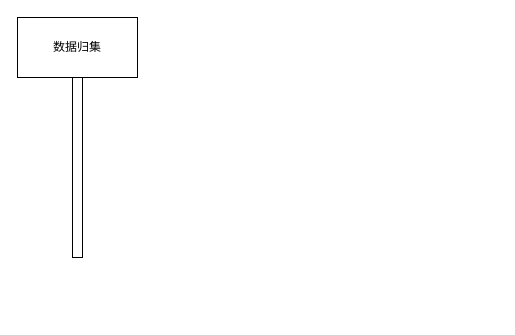
Above: 数据检索与维修数据服/语义维护.drawio in DemonHan/KuickBuy (draw.io), before the change. Source tidied: cells renumbered, new cells numbered last; positions are measured from the earlier drawing's top-left corner, leaving out a move shared by most shapes. Both pictures are drawn from the tidied source at 100%, with x=0, y=0 at pixel (17, 17).
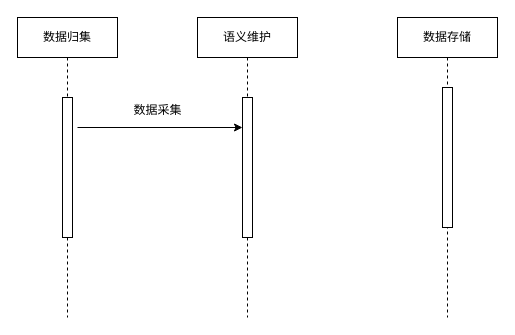
The same diagram, later.

Commit message (it also covers changes not shown here):
更新语义维护.drawio

The edit, as a diff of the source:
```diff
@@
 <mxGraphModel>
   <root>
     <mxCell id="0" />
     <mxCell id="1" parent="0" />
-    <mxCell id="2" value="数据归集" style="rounded=0;whiteSpace=wrap;html=1;" parent="1" vertex="1">
-      <mxGeometry width="120" height="60" as="geometry" />
+    <mxCell id="2" value="数据归集" style="shape=umlLifeline;perimeter=lifelinePerimeter;whiteSpace=wrap;html=1;newEdgeStyle={&quot;curved&quot;:0,&quot;rounded&quot;:0};" parent="1" vertex="1">
+      <mxGeometry width="100" height="300" as="geometry" />
     </mxCell>
-    <mxCell id="3" style="html=1;perimeter=orthogonalPerimeter;targetShapes=umlLifeline;newEdgeStyle={&quot;curved&quot;:0,&quot;rounded&quot;:0};" parent="1" vertex="1">
-      <mxGeometry x="55" y="60" width="10" height="180" as="geometry" />
-    </mxCell>
+    <mxCell id="4" style="html=1;perimeter=orthogonalPerimeter;targetShapes=umlLifeline;newEdgeStyle={&quot;curved&quot;:0,&quot;rounded&quot;:0};" parent="2" vertex="1">
+      <mxGeometry x="45" y="80" width="10" height="140" as="geometry" />
+    </mxCell>
+    <mxCell id="5" value="语义维护" style="shape=umlLifeline;perimeter=lifelinePerimeter;whiteSpace=wrap;html=1;newEdgeStyle={&quot;curved&quot;:0,&quot;rounded&quot;:0};" parent="1" vertex="1">
+      <mxGeometry x="180" width="100" height="300" as="geometry" />
+    </mxCell>
+    <mxCell id="6" style="html=1;perimeter=orthogonalPerimeter;targetShapes=umlLifeline;newEdgeStyle={&quot;curved&quot;:0,&quot;rounded&quot;:0};" parent="5" vertex="1">
+      <mxGeometry x="45" y="80" width="10" height="140" as="geometry" />
+    </mxCell>
+    <mxCell id="7" value="数据存储" style="shape=umlLifeline;perimeter=lifelinePerimeter;whiteSpace=wrap;html=1;newEdgeStyle={&quot;curved&quot;:0,&quot;rounded&quot;:0};" parent="1" vertex="1">
+      <mxGeometry x="380" width="100" height="300" as="geometry" />
+    </mxCell>
+    <mxCell id="8" style="html=1;perimeter=orthogonalPerimeter;targetShapes=umlLifeline;newEdgeStyle={&quot;curved&quot;:0,&quot;rounded&quot;:0};" parent="7" vertex="1">
+      <mxGeometry x="45" y="70" width="10" height="140" as="geometry" />
+    </mxCell>
+    <mxCell id="9" style="edgeStyle=orthogonalEdgeStyle;rounded=0;orthogonalLoop=1;jettySize=auto;html=1;curved=0;" parent="1" edge="1">
+      <mxGeometry relative="1" as="geometry">
+        <mxPoint x="60" y="110" as="sourcePoint" />
+        <mxPoint x="225" y="110" as="targetPoint" />
+      </mxGeometry>
+    </mxCell>
+    <mxCell id="10" value="数据采集" style="text;html=1;align=center;verticalAlign=middle;strokeColor=none;fillColor=none;" parent="1" vertex="1">
+      <mxGeometry x="105" y="78" width="70" height="30" as="geometry" />
+    </mxCell>
   </root>
 </mxGraphModel>
```
